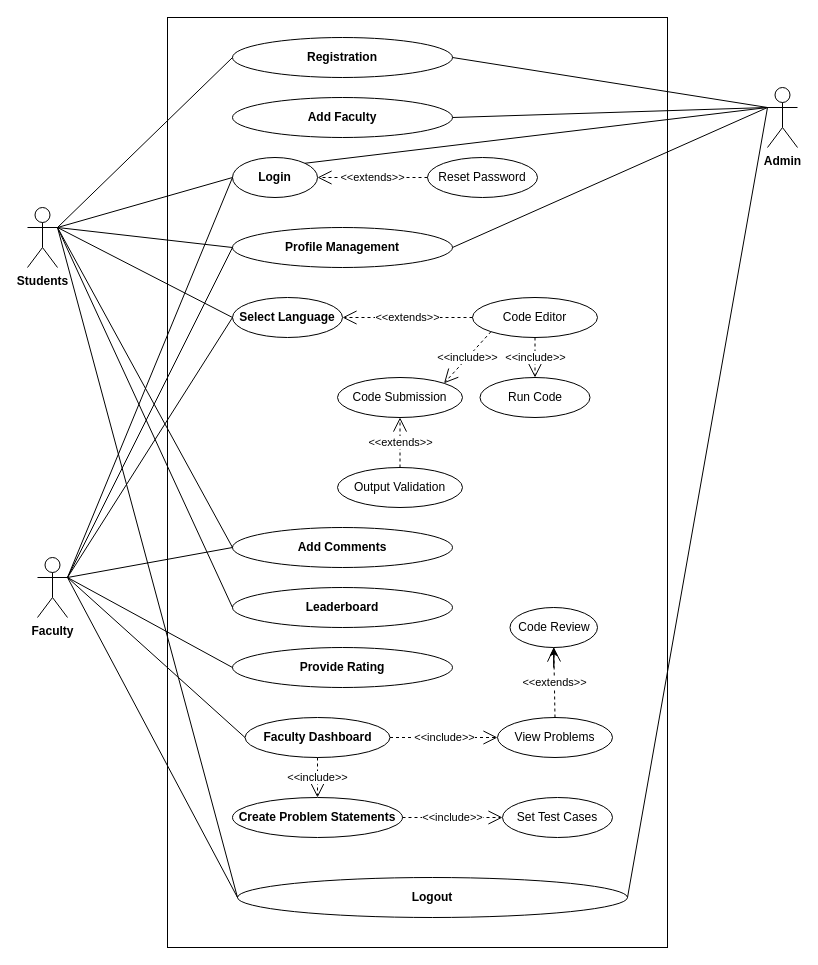
Earlier version of the draw.io diagram Use case Diagram.drawio (shamim36/Final-Defence-Diagram). Source tidied: cells renumbered, new cells numbered last; positions are measured from the earlier drawing's top-left corner, leaving out a move shared by most shapes. Both pictures are drawn from the tidied source at 100%, with x=0, y=0 at pixel (27, 17).
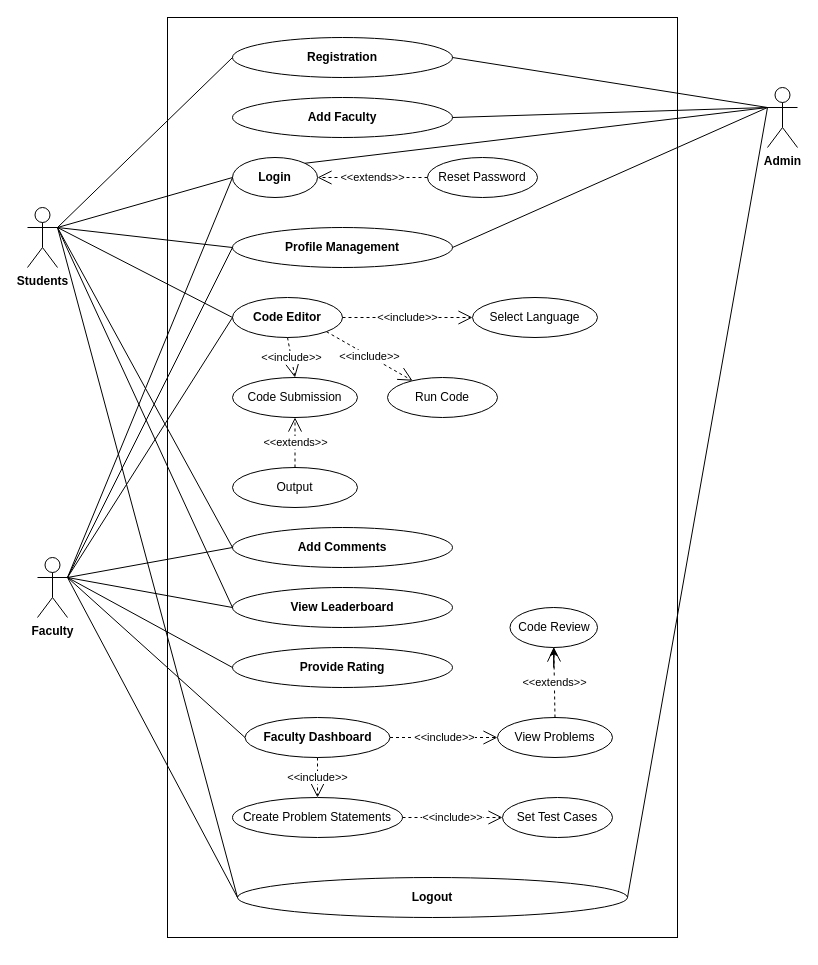
The same page after the edit.

Unchanged cells that the change refers to:
```xml
<mxCell id="3" value="&lt;b&gt;Registration&lt;/b&gt;" style="ellipse;whiteSpace=wrap;html=1;" parent="1" vertex="1">
  <mxGeometry x="205" y="20" width="220" height="40" as="geometry" />
</mxCell>
<mxCell id="5" value="&lt;b&gt;Faculty&lt;/b&gt;" style="shape=umlActor;verticalLabelPosition=bottom;verticalAlign=top;html=1;outlineConnect=0;" parent="1" vertex="1">
  <mxGeometry x="10" y="540" width="30" height="60" as="geometry" />
</mxCell>
<mxCell id="6" value="&lt;b&gt;Admin&lt;/b&gt;" style="shape=umlActor;verticalLabelPosition=bottom;verticalAlign=top;html=1;outlineConnect=0;" parent="1" vertex="1">
  <mxGeometry x="740" y="70" width="30" height="60" as="geometry" />
</mxCell>
```

What changed in the source:
```diff
@@
     <mxCell id="2" style="rounded=0;whiteSpace=wrap;html=1;" parent="1" vertex="1">
-      <mxGeometry x="140" width="500" height="930" as="geometry" />
+      <mxGeometry x="140" width="510" height="920" as="geometry" />
     </mxCell>
@@
-    <mxCell id="15" value="&lt;b&gt;Select Language&lt;/b&gt;" style="ellipse;whiteSpace=wrap;html=1;" parent="1" vertex="1">
+    <mxCell id="15" value="&lt;b&gt;Code Editor&lt;/b&gt;" style="ellipse;whiteSpace=wrap;html=1;" parent="1" vertex="1">
       <mxGeometry x="205" y="280" width="110" height="40" as="geometry" />
     </mxCell>
-    <mxCell id="16" value="Code Editor" style="ellipse;whiteSpace=wrap;html=1;" parent="1" vertex="1">
+    <mxCell id="16" value="Select Language" style="ellipse;whiteSpace=wrap;html=1;" parent="1" vertex="1">
       <mxGeometry x="445" y="280" width="125" height="40" as="geometry" />
     </mxCell>
-    <mxCell id="17" value="Output Validation" style="ellipse;whiteSpace=wrap;html=1;" parent="1" vertex="1">
-      <mxGeometry x="310" y="450" width="125" height="40" as="geometry" />
+    <mxCell id="17" value="Output" style="ellipse;whiteSpace=wrap;html=1;" parent="1" vertex="1">
+      <mxGeometry x="205" y="450" width="125" height="40" as="geometry" />
     </mxCell>
     <mxCell id="18" value="Run Code" style="ellipse;whiteSpace=wrap;html=1;" parent="1" vertex="1">
-      <mxGeometry x="452.5" y="360" width="110" height="40" as="geometry" />
+      <mxGeometry x="360" y="360" width="110" height="40" as="geometry" />
     </mxCell>
     <mxCell id="19" value="Code Submission" style="ellipse;whiteSpace=wrap;html=1;" parent="1" vertex="1">
-      <mxGeometry x="310" y="360" width="125" height="40" as="geometry" />
+      <mxGeometry x="205" y="360" width="125" height="40" as="geometry" />
     </mxCell>
@@
-    <mxCell id="21" value="&lt;b&gt;Leaderboard&lt;/b&gt;" style="ellipse;whiteSpace=wrap;html=1;" parent="1" vertex="1">
+    <mxCell id="21" value="&lt;b&gt;View Leaderboard&lt;/b&gt;" style="ellipse;whiteSpace=wrap;html=1;" parent="1" vertex="1">
       <mxGeometry x="205" y="570" width="220" height="40" as="geometry" />
     </mxCell>
@@
-    <mxCell id="23" value="&lt;b&gt;Create Problem Statements&lt;/b&gt;" style="ellipse;whiteSpace=wrap;html=1;" parent="1" vertex="1">
+    <mxCell id="23" value="Create Problem Statements" style="ellipse;whiteSpace=wrap;html=1;" parent="1" vertex="1">
       <mxGeometry x="205" y="780" width="170" height="40" as="geometry" />
     </mxCell>
@@
-    <mxCell id="26" value="&amp;lt;&amp;lt;extends&amp;gt;&amp;gt;" style="endArrow=open;endSize=12;dashed=1;html=1;rounded=0;entryX=1;entryY=0.5;entryDx=0;entryDy=0;exitX=0;exitY=0.5;exitDx=0;exitDy=0;" parent="1" edge="1" source="16" target="15">
+    <mxCell id="26" value="&amp;lt;&amp;lt;include&amp;gt;&amp;gt;" style="endArrow=open;endSize=12;dashed=1;html=1;rounded=0;entryX=0;entryY=0.5;entryDx=0;entryDy=0;exitX=1;exitY=0.5;exitDx=0;exitDy=0;" parent="1" edge="1" source="15" target="16">
       <mxGeometry relative="1" as="geometry" />
     </mxCell>
-    <mxCell id="27" value="&amp;lt;&amp;lt;include&amp;gt;&amp;gt;" style="endArrow=open;endSize=12;dashed=1;html=1;rounded=0;entryX=0.5;entryY=0;entryDx=0;entryDy=0;exitX=0.5;exitY=1;exitDx=0;exitDy=0;" parent="1" edge="1" source="16" target="18">
+    <mxCell id="27" value="&amp;lt;&amp;lt;include&amp;gt;&amp;gt;" style="endArrow=open;endSize=12;dashed=1;html=1;rounded=0;exitX=1;exitY=1;exitDx=0;exitDy=0;" parent="1" edge="1" source="15" target="18">
       <mxGeometry relative="1" as="geometry" />
     </mxCell>
-    <mxCell id="28" value="&amp;lt;&amp;lt;include&amp;gt;&amp;gt;" style="endArrow=open;endSize=12;dashed=1;html=1;rounded=0;exitX=0;exitY=1;exitDx=0;exitDy=0;entryX=1;entryY=0;entryDx=0;entryDy=0;" parent="1" edge="1" source="16" target="19">
+    <mxCell id="28" value="&amp;lt;&amp;lt;include&amp;gt;&amp;gt;" style="endArrow=open;endSize=12;dashed=1;html=1;rounded=0;exitX=0.5;exitY=1;exitDx=0;exitDy=0;entryX=0.5;entryY=0;entryDx=0;entryDy=0;" parent="1" edge="1" source="15" target="19">
       <mxGeometry relative="1" as="geometry" />
     </mxCell>
@@
+    <mxCell id="54" style="endArrow=none;html=1;rounded=0;entryX=0;entryY=0.5;entryDx=0;entryDy=0;exitX=1;exitY=0.3333333333333333;exitDx=0;exitDy=0;exitPerimeter=0;" parent="1" edge="1" source="5" target="21">
+      <mxGeometry relative="1" as="geometry" />
+    </mxCell>
@@
-    <mxCell id="53" style="endArrow=none;html=1;rounded=0;exitX=1;exitY=0.5;exitDx=0;exitDy=0;entryX=0;entryY=0.3333333333333333;entryDx=0;entryDy=0;entryPerimeter=0;" parent="1" edge="1" source="3" target="6">
+    <mxCell id="53" style="endArrow=none;html=1;rounded=0;entryX=0;entryY=0.3333333333333333;entryDx=0;entryDy=0;entryPerimeter=0;exitX=1;exitY=0.5;exitDx=0;exitDy=0;" parent="1" edge="1" source="3" target="6">
       <mxGeometry relative="1" as="geometry" />
     </mxCell>
```
